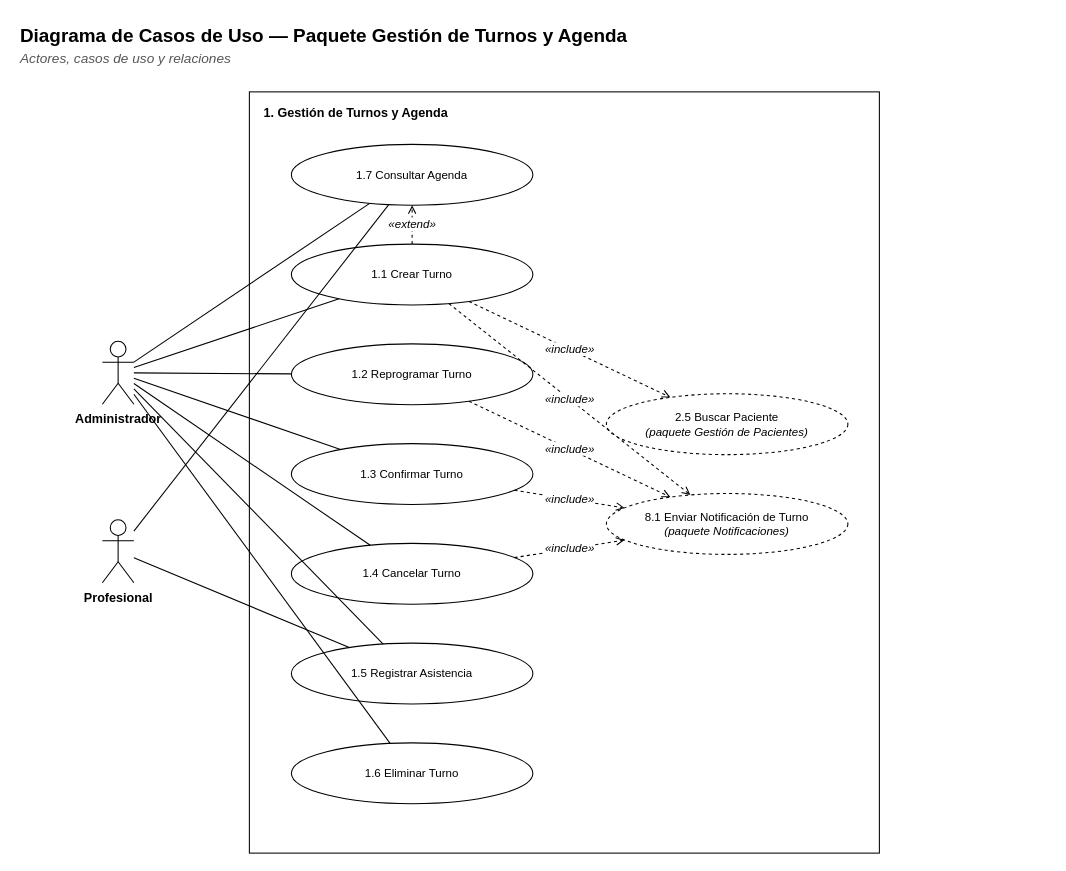
Earlier version of the draw.io diagram docs/diagramas/paquete-turnos-casos.drawio (Matiglorioso/kineturnos). Source tidied: cells renumbered, new cells numbered last; positions are measured from the earlier drawing's top-left corner, leaving out a move shared by most shapes. Both pictures are drawn from the tidied source at 105%, with x=0, y=0 at pixel (18, 18).
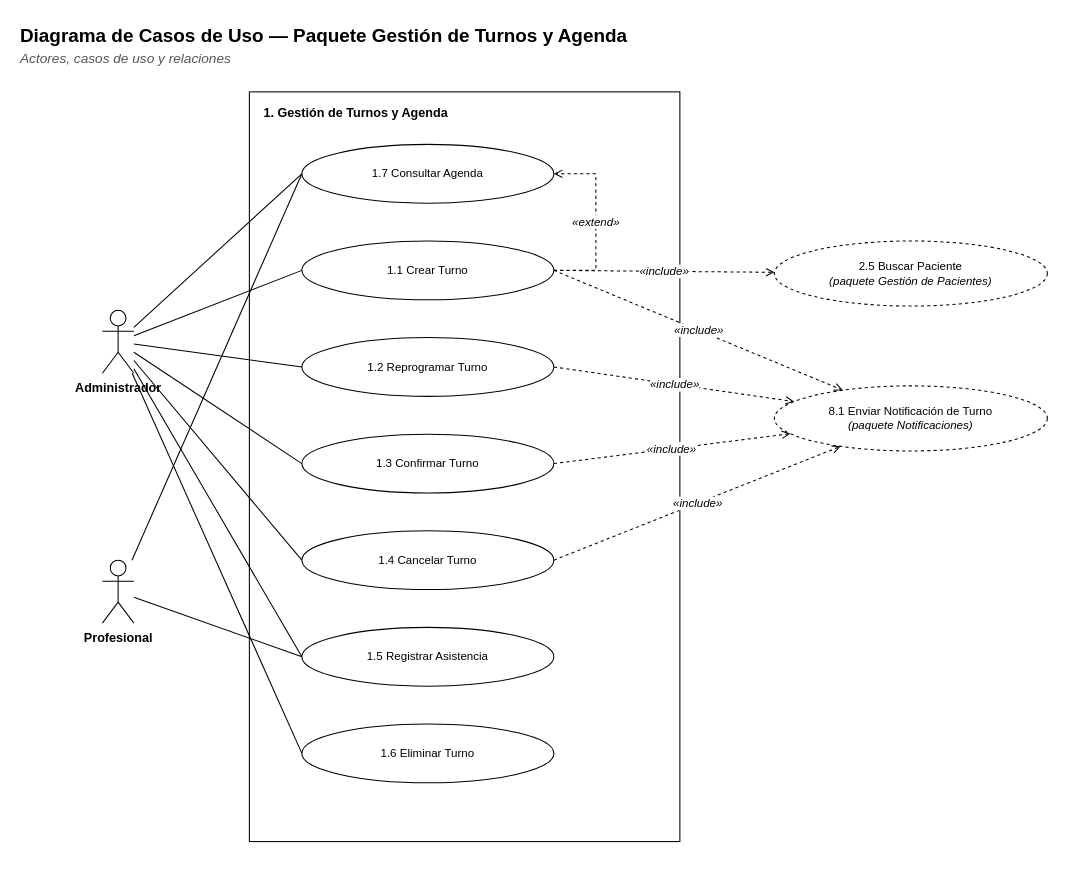
The same diagram, later.

Diff of the diagram source:
```diff
@@
     <mxCell id="4" style="rounded=0;whiteSpace=wrap;html=1;fillColor=#FFFFFF;strokeColor=#000000;fontFamily=Helvetica;fontSize=12;verticalAlign=top;" parent="1" vertex="1">
-      <mxGeometry x="220" y="70" width="600" height="725" as="geometry" />
+      <mxGeometry x="220" y="70" width="410" height="714" as="geometry" />
     </mxCell>
     <mxCell id="5" value="&lt;b&gt;1. Gestión de Turnos y Agenda&lt;/b&gt;" style="text;html=1;strokeColor=none;fillColor=none;align=left;verticalAlign=top;whiteSpace=wrap;fontFamily=Helvetica;fontSize=12;" parent="1" vertex="1">
-      <mxGeometry x="232" y="76" width="580" height="20" as="geometry" />
+      <mxGeometry x="232" y="76" width="390" height="20" as="geometry" />
     </mxCell>
     <mxCell id="6" value="1.7 Consultar Agenda" style="ellipse;whiteSpace=wrap;html=1;fillColor=#FFFFFF;strokeColor=#000000;fontFamily=Helvetica;fontSize=11;" parent="1" vertex="1">
-      <mxGeometry x="260" y="120" width="230" height="58" as="geometry" />
+      <mxGeometry x="270" y="120" width="240" height="56" as="geometry" />
     </mxCell>
     <mxCell id="7" value="1.1 Crear Turno" style="ellipse;whiteSpace=wrap;html=1;fillColor=#FFFFFF;strokeColor=#000000;fontFamily=Helvetica;fontSize=11;" parent="1" vertex="1">
-      <mxGeometry x="260" y="215" width="230" height="58" as="geometry" />
+      <mxGeometry x="270" y="212" width="240" height="56" as="geometry" />
     </mxCell>
     <mxCell id="8" value="1.2 Reprogramar Turno" style="ellipse;whiteSpace=wrap;html=1;fillColor=#FFFFFF;strokeColor=#000000;fontFamily=Helvetica;fontSize=11;" parent="1" vertex="1">
-      <mxGeometry x="260" y="310" width="230" height="58" as="geometry" />
+      <mxGeometry x="270" y="304" width="240" height="56" as="geometry" />
     </mxCell>
     <mxCell id="9" value="1.3 Confirmar Turno" style="ellipse;whiteSpace=wrap;html=1;fillColor=#FFFFFF;strokeColor=#000000;fontFamily=Helvetica;fontSize=11;" parent="1" vertex="1">
-      <mxGeometry x="260" y="405" width="230" height="58" as="geometry" />
+      <mxGeometry x="270" y="396" width="240" height="56" as="geometry" />
     </mxCell>
     <mxCell id="10" value="1.4 Cancelar Turno" style="ellipse;whiteSpace=wrap;html=1;fillColor=#FFFFFF;strokeColor=#000000;fontFamily=Helvetica;fontSize=11;" parent="1" vertex="1">
-      <mxGeometry x="260" y="500" width="230" height="58" as="geometry" />
+      <mxGeometry x="270" y="488" width="240" height="56" as="geometry" />
     </mxCell>
     <mxCell id="11" value="1.5 Registrar Asistencia" style="ellipse;whiteSpace=wrap;html=1;fillColor=#FFFFFF;strokeColor=#000000;fontFamily=Helvetica;fontSize=11;" parent="1" vertex="1">
-      <mxGeometry x="260" y="595" width="230" height="58" as="geometry" />
+      <mxGeometry x="270" y="580" width="240" height="56" as="geometry" />
     </mxCell>
     <mxCell id="12" value="1.6 Eliminar Turno" style="ellipse;whiteSpace=wrap;html=1;fillColor=#FFFFFF;strokeColor=#000000;fontFamily=Helvetica;fontSize=11;" parent="1" vertex="1">
-      <mxGeometry x="260" y="690" width="230" height="58" as="geometry" />
+      <mxGeometry x="270" y="672" width="240" height="56" as="geometry" />
     </mxCell>
     <mxCell id="13" value="2.5 Buscar Paciente&lt;br&gt;&lt;i&gt;(paquete Gestión de Pacientes)&lt;/i&gt;" style="ellipse;whiteSpace=wrap;html=1;fillColor=#FFFFFF;strokeColor=#000000;fontFamily=Helvetica;fontSize=11;dashed=1;" parent="1" vertex="1">
-      <mxGeometry x="560" y="357.5" width="230" height="58" as="geometry" />
+      <mxGeometry x="720" y="212" width="260" height="62" as="geometry" />
     </mxCell>
     <mxCell id="14" value="8.1 Enviar Notificación de Turno&lt;br&gt;&lt;i&gt;(paquete Notificaciones)&lt;/i&gt;" style="ellipse;whiteSpace=wrap;html=1;fillColor=#FFFFFF;strokeColor=#000000;fontFamily=Helvetica;fontSize=11;dashed=1;" parent="1" vertex="1">
-      <mxGeometry x="560" y="452.5" width="230" height="58" as="geometry" />
+      <mxGeometry x="720" y="350" width="260" height="62" as="geometry" />
     </mxCell>
     <mxCell id="15" value="Administrador" style="shape=umlActor;verticalLabelPosition=bottom;verticalAlign=top;html=1;outlineConnect=0;fillColor=#FFFFFF;strokeColor=#000000;fontFamily=Helvetica;fontSize=12;fontStyle=1;" parent="1" vertex="1">
-      <mxGeometry x="80" y="307.5" width="30" height="60" as="geometry" />
+      <mxGeometry x="80" y="278" width="30" height="60" as="geometry" />
     </mxCell>
     <mxCell id="16" value="Profesional" style="shape=umlActor;verticalLabelPosition=bottom;verticalAlign=top;html=1;outlineConnect=0;fillColor=#FFFFFF;strokeColor=#000000;fontFamily=Helvetica;fontSize=12;fontStyle=1;" parent="1" vertex="1">
-      <mxGeometry x="80" y="477.5" width="30" height="60" as="geometry" />
+      <mxGeometry x="80" y="516" width="30" height="60" as="geometry" />
     </mxCell>
-    <mxCell id="17" style="edgeStyle=none;html=1;endArrow=none;endFill=0;strokeColor=#000000;fontFamily=Helvetica;fontSize=11;labelBackgroundColor=#FFFFFF;" parent="1" edge="1" source="15" target="7">
+    <mxCell id="17" style="edgeStyle=none;html=1;endArrow=none;endFill=0;strokeColor=#000000;fontFamily=Helvetica;fontSize=11;labelBackgroundColor=#FFFFFF;entryX=0;entryY=0.5;entryDx=0;entryDy=0;" parent="1" edge="1" source="15" target="6">
       <mxGeometry relative="1" as="geometry" />
     </mxCell>
-    <mxCell id="18" style="edgeStyle=none;html=1;endArrow=none;endFill=0;strokeColor=#000000;fontFamily=Helvetica;fontSize=11;labelBackgroundColor=#FFFFFF;" parent="1" edge="1" source="15" target="8">
+    <mxCell id="18" style="edgeStyle=none;html=1;endArrow=none;endFill=0;strokeColor=#000000;fontFamily=Helvetica;fontSize=11;labelBackgroundColor=#FFFFFF;entryX=0;entryY=0.5;entryDx=0;entryDy=0;" parent="1" edge="1" source="16" target="6">
       <mxGeometry relative="1" as="geometry" />
     </mxCell>
-    <mxCell id="19" style="edgeStyle=none;html=1;endArrow=none;endFill=0;strokeColor=#000000;fontFamily=Helvetica;fontSize=11;labelBackgroundColor=#FFFFFF;" parent="1" edge="1" source="15" target="9">
+    <mxCell id="19" style="edgeStyle=none;html=1;endArrow=none;endFill=0;strokeColor=#000000;fontFamily=Helvetica;fontSize=11;labelBackgroundColor=#FFFFFF;entryX=0;entryY=0.5;entryDx=0;entryDy=0;" parent="1" edge="1" source="15" target="7">
       <mxGeometry relative="1" as="geometry" />
     </mxCell>
-    <mxCell id="20" style="edgeStyle=none;html=1;endArrow=none;endFill=0;strokeColor=#000000;fontFamily=Helvetica;fontSize=11;labelBackgroundColor=#FFFFFF;" parent="1" edge="1" source="15" target="10">
+    <mxCell id="20" style="edgeStyle=none;html=1;endArrow=none;endFill=0;strokeColor=#000000;fontFamily=Helvetica;fontSize=11;labelBackgroundColor=#FFFFFF;entryX=0;entryY=0.5;entryDx=0;entryDy=0;" parent="1" edge="1" source="15" target="8">
       <mxGeometry relative="1" as="geometry" />
     </mxCell>
-    <mxCell id="21" style="edgeStyle=none;html=1;endArrow=none;endFill=0;strokeColor=#000000;fontFamily=Helvetica;fontSize=11;labelBackgroundColor=#FFFFFF;" parent="1" edge="1" source="15" target="11">
+    <mxCell id="21" style="edgeStyle=none;html=1;endArrow=none;endFill=0;strokeColor=#000000;fontFamily=Helvetica;fontSize=11;labelBackgroundColor=#FFFFFF;entryX=0;entryY=0.5;entryDx=0;entryDy=0;" parent="1" edge="1" source="15" target="9">
       <mxGeometry relative="1" as="geometry" />
     </mxCell>
-    <mxCell id="22" style="edgeStyle=none;html=1;endArrow=none;endFill=0;strokeColor=#000000;fontFamily=Helvetica;fontSize=11;labelBackgroundColor=#FFFFFF;" parent="1" edge="1" source="16" target="11">
+    <mxCell id="22" style="edgeStyle=none;html=1;endArrow=none;endFill=0;strokeColor=#000000;fontFamily=Helvetica;fontSize=11;labelBackgroundColor=#FFFFFF;entryX=0;entryY=0.5;entryDx=0;entryDy=0;" parent="1" edge="1" source="15" target="10">
       <mxGeometry relative="1" as="geometry" />
     </mxCell>
-    <mxCell id="23" style="edgeStyle=none;html=1;endArrow=none;endFill=0;strokeColor=#000000;fontFamily=Helvetica;fontSize=11;labelBackgroundColor=#FFFFFF;" parent="1" edge="1" source="15" target="12">
+    <mxCell id="23" style="edgeStyle=none;html=1;endArrow=none;endFill=0;strokeColor=#000000;fontFamily=Helvetica;fontSize=11;labelBackgroundColor=#FFFFFF;entryX=0;entryY=0.5;entryDx=0;entryDy=0;" parent="1" edge="1" source="15" target="11">
       <mxGeometry relative="1" as="geometry" />
     </mxCell>
-    <mxCell id="24" style="edgeStyle=none;html=1;endArrow=none;endFill=0;strokeColor=#000000;fontFamily=Helvetica;fontSize=11;labelBackgroundColor=#FFFFFF;" parent="1" edge="1" source="15" target="6">
+    <mxCell id="24" style="edgeStyle=none;html=1;endArrow=none;endFill=0;strokeColor=#000000;fontFamily=Helvetica;fontSize=11;labelBackgroundColor=#FFFFFF;entryX=0;entryY=0.5;entryDx=0;entryDy=0;" parent="1" edge="1" source="16" target="11">
       <mxGeometry relative="1" as="geometry" />
     </mxCell>
-    <mxCell id="25" style="edgeStyle=none;html=1;endArrow=none;endFill=0;strokeColor=#000000;fontFamily=Helvetica;fontSize=11;labelBackgroundColor=#FFFFFF;" parent="1" edge="1" source="16" target="6">
+    <mxCell id="25" style="edgeStyle=none;html=1;endArrow=none;endFill=0;strokeColor=#000000;fontFamily=Helvetica;fontSize=11;labelBackgroundColor=#FFFFFF;entryX=0;entryY=0.5;entryDx=0;entryDy=0;" parent="1" edge="1" source="15" target="12">
       <mxGeometry relative="1" as="geometry" />
     </mxCell>
-    <mxCell id="26" value="«include»" style="edgeStyle=none;html=1;endArrow=open;endFill=0;strokeColor=#000000;fontFamily=Helvetica;fontSize=11;labelBackgroundColor=#FFFFFF;dashed=1;fontStyle=2;" parent="1" edge="1" source="7" target="13">
-      <mxGeometry relative="1" as="geometry" />
+    <mxCell id="26" value="«extend»" style="edgeStyle=orthogonalEdgeStyle;rounded=0;html=1;endArrow=open;startArrow=none;endFill=0;startFill=0;strokeColor=#000000;fontFamily=Helvetica;fontSize=11;fontStyle=2;labelBackgroundColor=#FFFFFF;dashed=1;exitX=1;exitY=0.5;exitDx=0;exitDy=0;entryX=1;entryY=0.5;entryDx=0;entryDy=0;" parent="1" edge="1" source="7" target="6">
+      <mxGeometry relative="1" as="geometry">
+        <Array as="points">
+          <mxPoint x="550" y="240" />
+          <mxPoint x="550" y="148" />
+        </Array>
+      </mxGeometry>
     </mxCell>
-    <mxCell id="27" value="«include»" style="edgeStyle=none;html=1;endArrow=open;endFill=0;strokeColor=#000000;fontFamily=Helvetica;fontSize=11;labelBackgroundColor=#FFFFFF;dashed=1;fontStyle=2;" parent="1" edge="1" source="7" target="14">
+    <mxCell id="27" value="«include»" style="edgeStyle=none;html=1;endArrow=open;endFill=0;strokeColor=#000000;fontFamily=Helvetica;fontSize=11;labelBackgroundColor=#FFFFFF;dashed=1;fontStyle=2;exitX=1;exitY=0.5;exitDx=0;exitDy=0;" parent="1" edge="1" source="7" target="13">
       <mxGeometry relative="1" as="geometry" />
     </mxCell>
-    <mxCell id="28" value="«include»" style="edgeStyle=none;html=1;endArrow=open;endFill=0;strokeColor=#000000;fontFamily=Helvetica;fontSize=11;labelBackgroundColor=#FFFFFF;dashed=1;fontStyle=2;" parent="1" edge="1" source="8" target="14">
+    <mxCell id="28" value="«include»" style="edgeStyle=none;html=1;endArrow=open;endFill=0;strokeColor=#000000;fontFamily=Helvetica;fontSize=11;labelBackgroundColor=#FFFFFF;dashed=1;fontStyle=2;exitX=1;exitY=0.5;exitDx=0;exitDy=0;" parent="1" edge="1" source="7" target="14">
       <mxGeometry relative="1" as="geometry" />
     </mxCell>
-    <mxCell id="29" value="«include»" style="edgeStyle=none;html=1;endArrow=open;endFill=0;strokeColor=#000000;fontFamily=Helvetica;fontSize=11;labelBackgroundColor=#FFFFFF;dashed=1;fontStyle=2;" parent="1" edge="1" source="9" target="14">
+    <mxCell id="29" value="«include»" style="edgeStyle=none;html=1;endArrow=open;endFill=0;strokeColor=#000000;fontFamily=Helvetica;fontSize=11;labelBackgroundColor=#FFFFFF;dashed=1;fontStyle=2;exitX=1;exitY=0.5;exitDx=0;exitDy=0;" parent="1" edge="1" source="8" target="14">
       <mxGeometry relative="1" as="geometry" />
     </mxCell>
-    <mxCell id="30" value="«include»" style="edgeStyle=none;html=1;endArrow=open;endFill=0;strokeColor=#000000;fontFamily=Helvetica;fontSize=11;labelBackgroundColor=#FFFFFF;dashed=1;fontStyle=2;" parent="1" edge="1" source="10" target="14">
+    <mxCell id="30" value="«include»" style="edgeStyle=none;html=1;endArrow=open;endFill=0;strokeColor=#000000;fontFamily=Helvetica;fontSize=11;labelBackgroundColor=#FFFFFF;dashed=1;fontStyle=2;exitX=1;exitY=0.5;exitDx=0;exitDy=0;" parent="1" edge="1" source="9" target="14">
       <mxGeometry relative="1" as="geometry" />
     </mxCell>
-    <mxCell id="31" value="«extend»" style="edgeStyle=none;html=1;endArrow=open;endFill=0;strokeColor=#000000;fontFamily=Helvetica;fontSize=11;labelBackgroundColor=#FFFFFF;dashed=1;fontStyle=2;" parent="1" edge="1" source="7" target="6">
+    <mxCell id="31" value="«include»" style="edgeStyle=none;html=1;endArrow=open;endFill=0;strokeColor=#000000;fontFamily=Helvetica;fontSize=11;labelBackgroundColor=#FFFFFF;dashed=1;fontStyle=2;exitX=1;exitY=0.5;exitDx=0;exitDy=0;" parent="1" edge="1" source="10" target="14">
       <mxGeometry relative="1" as="geometry" />
     </mxCell>
```
